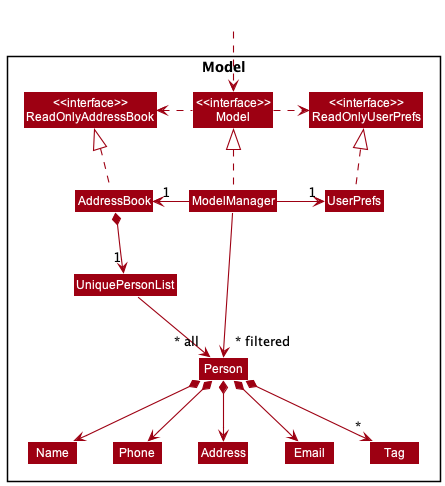
This is docs/images/ModelClassDiagram.png from nus-cs2103-AY2223S1/tp, a PlantUML export, as it was before one commit.
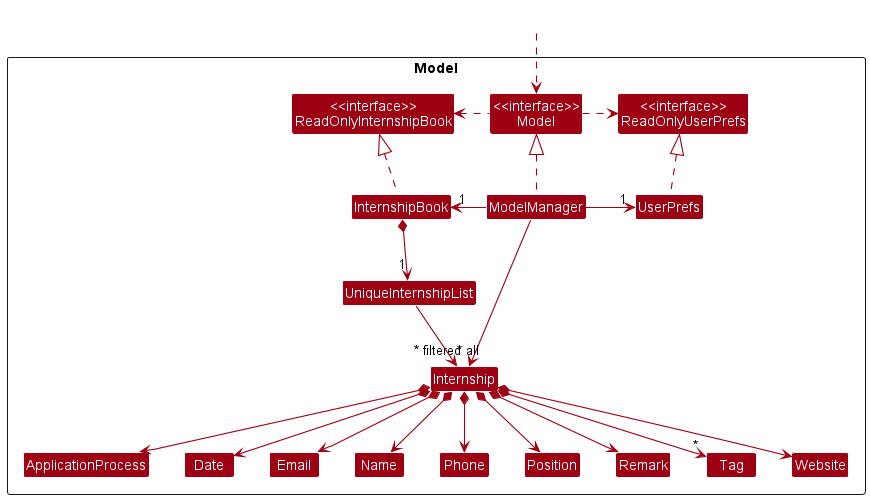
After the change.

Commit message:
Update model component section, use case for add and help command

Change to the diagram source:
```diff
@@ -5,46 +5,51 @@
 skinparam classBackgroundColor MODEL_COLOR
 
 Package Model <<Rectangle>>{
-Class "<<interface>>\nReadOnlyAddressBook" as ReadOnlyAddressBook
+Class "<<interface>>\nReadOnlyInternshipBook" as ReadOnlyInternshipBook
 Class "<<interface>>\nReadOnlyUserPrefs" as ReadOnlyUserPrefs
 Class "<<interface>>\nModel" as Model
-Class AddressBook
+Class InternshipBook
 Class ModelManager
 Class UserPrefs
 
-Class UniquePersonList
-Class Person
-Class Address
+Class UniqueInternshipList
+Class ApplicationProcess
+Class Date
 Class Email
+Class Internship
 Class Name
 Class Phone
+Class Position
+Class Remark
 Class Tag
+Class Website
 
 }
 
 Class HiddenOutside #FFFFFF
 HiddenOutside ..> Model
 
-AddressBook .up.|> ReadOnlyAddressBook
+InternshipBook .up.|> ReadOnlyInternshipBook
 
 ModelManager .up.|> Model
 Model .right.> ReadOnlyUserPrefs
-Model .left.> ReadOnlyAddressBook
-ModelManager -left-> "1" AddressBook
+Model .left.> ReadOnlyInternshipBook
+ModelManager -left-> "1" InternshipBook
 ModelManager -right-> "1" UserPrefs
 UserPrefs .up.|> ReadOnlyUserPrefs
 
-AddressBook *--> "1" UniquePersonList
-UniquePersonList --> "~* all" Person
-Person *--> Name
-Person *--> Phone
-Person *--> Email
-Person *--> Address
-Person *--> "*" Tag
+InternshipBook *--> "1" UniqueInternshipList
+ModelManager -->"~* filtered" Internship
+UniqueInternshipList --> "~* all" Internship
+Internship *--> Name
+Internship *--> Position
+Internship *--> ApplicationProcess
+Internship *--> Date
+Internship *--> Phone
+Internship *--> Email
+Internship *--> Remark
+Internship *--> Website
+Internship *--> "*" Tag
 
-Name -[hidden]right-> Phone
-Phone -[hidden]right-> Address
-Address -[hidden]right-> Email
 
-ModelManager -->"~* filtered" Person
 @enduml
```
